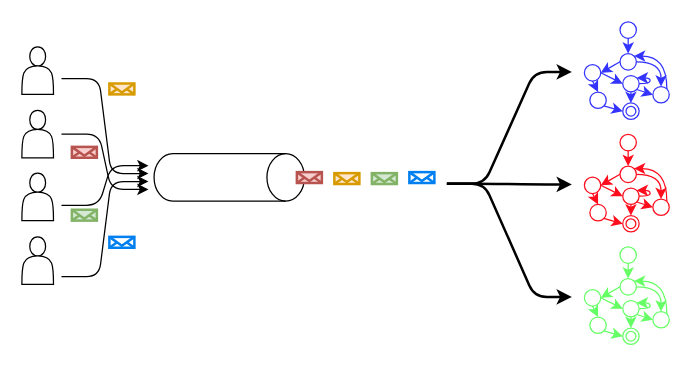
Above: page "state_machine_rep" (2 of 2) of time/drawings/multicast.drawio in lasarojc/ds_notes (draw.io), before the change. Source tidied: cells renumbered, new cells numbered last; positions are measured from the earlier drawing's top-left corner, leaving out a move shared by most shapes. Both pictures are drawn from the tidied source at 125%, with x=0, y=0 at pixel (21, 21).
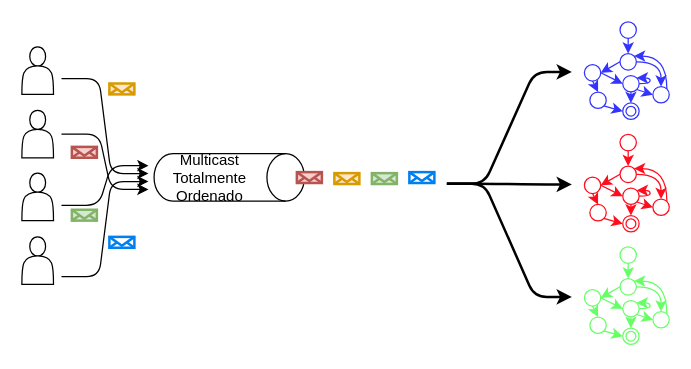
The same page after the edit.

The edit, as a diff of the source:
```diff
@@
-    <mxCell id="6" style="shape=cylinder3;whiteSpace=wrap;html=1;boundedLbl=1;backgroundOutline=1;size=15;rotation=90;" parent="1" vertex="1">
+    <mxCell id="6" style="shape=cylinder3;whiteSpace=wrap;boundedLbl=1;backgroundOutline=1;size=15;rotation=90;html=1;" parent="1" vertex="1">
       <mxGeometry x="146.9" y="64.3" width="38" height="120.3" as="geometry" />
     </mxCell>
@@
+    <mxCell id="75" value="Multicast&lt;br&gt;Totalmente&lt;br&gt;Ordenado" style="text;html=1;align=center;verticalAlign=middle;" parent="1" vertex="1">
+      <mxGeometry x="114.9" y="100.4" width="70" height="50" as="geometry" />
+    </mxCell>
```
